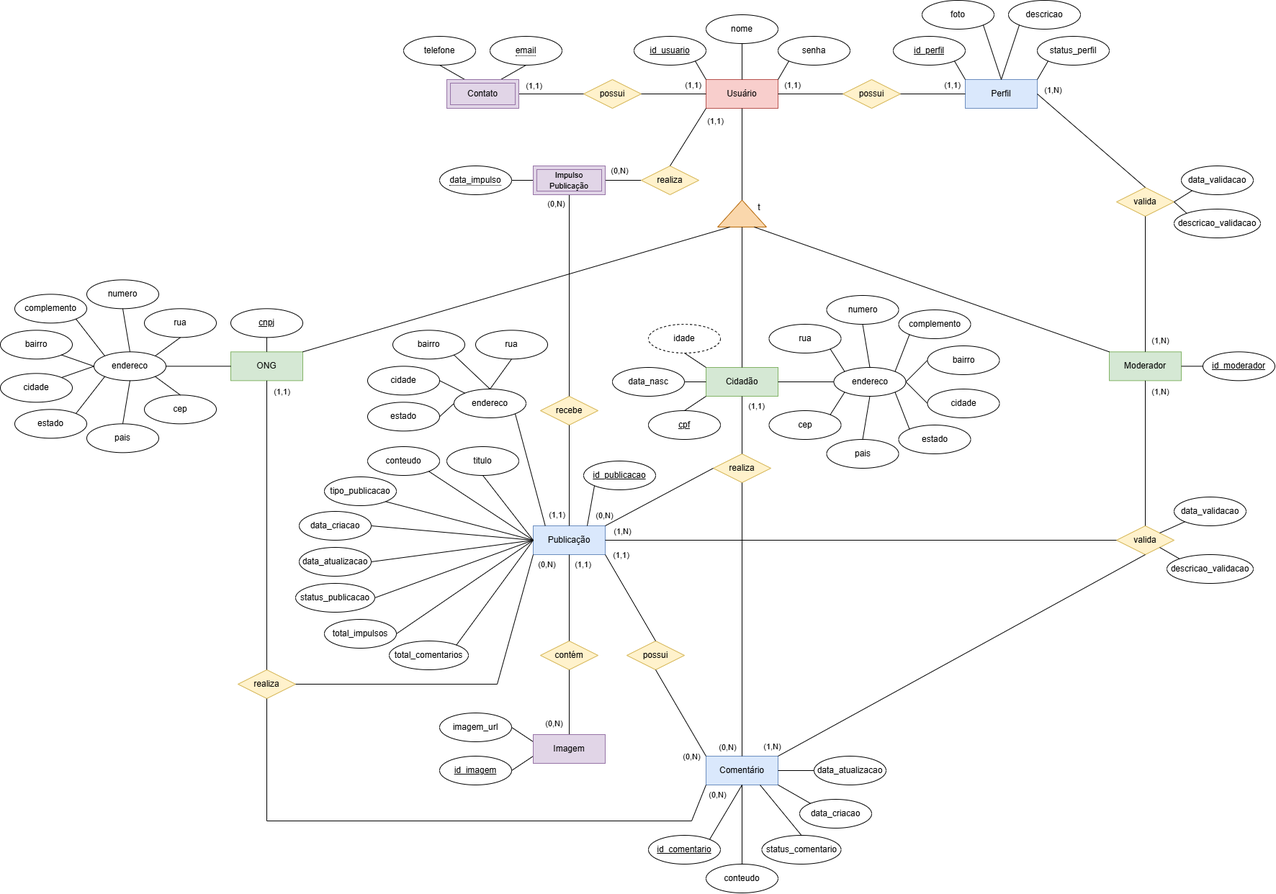
This is DOCUMENTACAO/PetMap - Modelo Conceitual.drawio.png from arthurpansera/PetMap, a draw.io export, as it was before one commit. Source tidied: cells renumbered, new cells last; positions are measured from the earlier drawing's top-left corner, leaving out a move shared by most shapes.
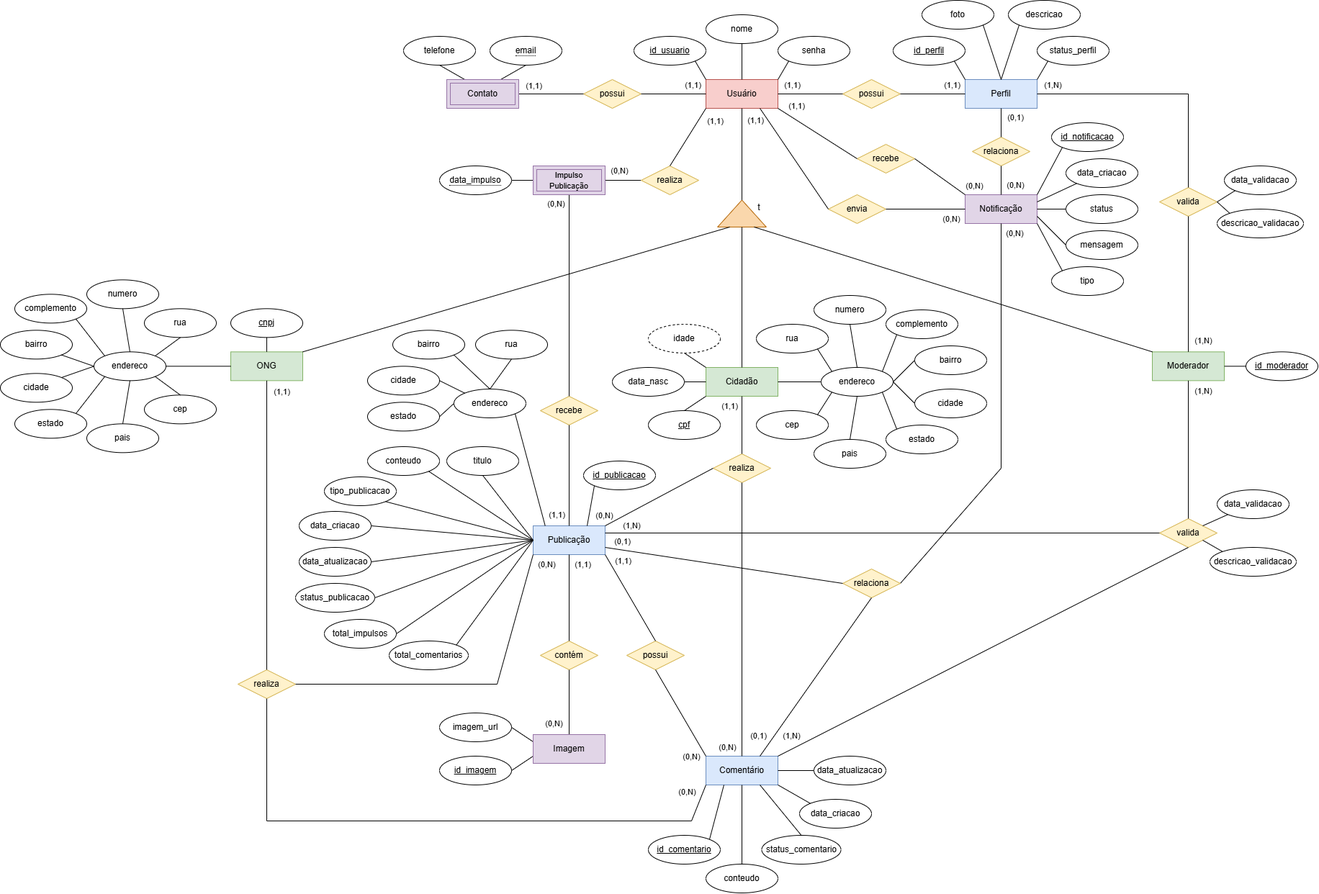
The same diagram one commit later.

Change to the diagram source:
```diff
@@ -36,7 +36,7 @@
       <mxGeometry x="320" y="488.3" width="100" height="40" as="geometry" />
     </mxCell>
     <mxCell id="13" value="Moderador" style="whiteSpace=wrap;html=1;align=center;fillColor=#d5e8d4;strokeColor=#82b366;" parent="1" vertex="1">
-      <mxGeometry x="1540" y="488.3" width="100" height="40" as="geometry" />
+      <mxGeometry x="1600" y="488.3" width="100" height="40" as="geometry" />
     </mxCell>
     <mxCell id="14" value="possui" style="shape=rhombus;perimeter=rhombusPerimeter;whiteSpace=wrap;html=1;align=center;fillColor=#fff2cc;strokeColor=#d6b656;" parent="1" vertex="1">
       <mxGeometry x="1170" y="110" width="80" height="40" as="geometry" />
@@ -110,7 +110,7 @@
       <mxGeometry x="1043.5" y="276.2" width="20" height="23.8" as="geometry" />
     </mxCell>
     <mxCell id="35" value="id_moderador" style="ellipse;whiteSpace=wrap;html=1;align=center;fontStyle=4;" parent="1" vertex="1">
-      <mxGeometry x="1670" y="488.3" width="100" height="40" as="geometry" />
+      <mxGeometry x="1730" y="488.3" width="100" height="40" as="geometry" />
     </mxCell>
     <mxCell id="36" style="endArrow=none;html=1;rounded=0;exitX=1;exitY=0.5;exitDx=0;exitDy=0;entryX=0;entryY=0.5;entryDx=0;entryDy=0;" parent="1" edge="1" source="13" target="35">
       <mxGeometry relative="1" as="geometry" />
@@ -191,7 +191,7 @@
       <mxGeometry relative="1" as="geometry" />
     </mxCell>
     <mxCell id="62" value="valida" style="shape=rhombus;perimeter=rhombusPerimeter;whiteSpace=wrap;html=1;align=center;fillColor=#fff2cc;strokeColor=#d6b656;" parent="1" vertex="1">
-      <mxGeometry x="1550" y="260" width="80" height="40" as="geometry" />
+      <mxGeometry x="1610" y="260" width="80" height="40" as="geometry" />
     </mxCell>
     <mxCell id="63" style="endArrow=none;html=1;rounded=0;exitX=0.5;exitY=0;exitDx=0;exitDy=0;entryX=0.5;entryY=1;entryDx=0;entryDy=0;" parent="1" edge="1" source="13" target="62">
       <mxGeometry relative="1" as="geometry" />
@@ -202,15 +202,19 @@
       </mxGeometry>
     </mxCell>
     <mxCell id="65" style="endArrow=none;html=1;rounded=0;exitX=0.5;exitY=0;exitDx=0;exitDy=0;entryX=1;entryY=0.5;entryDx=0;entryDy=0;" parent="1" edge="1" source="62" target="15">
-      <mxGeometry relative="1" as="geometry" />
+      <mxGeometry relative="1" as="geometry">
+        <Array as="points">
+          <mxPoint x="1650" y="130" />
+        </Array>
+      </mxGeometry>
     </mxCell>
     <mxCell id="66" value="(1,N)" style="edgeLabel;html=1;align=center;verticalAlign=middle;" parent="65" vertex="1">
       <mxGeometry x="0.62" y="3" relative="1" as="geometry">
-        <mxPoint x="-6" y="-34" as="offset" />
+        <mxPoint x="-44" y="-16" as="offset" />
       </mxGeometry>
     </mxCell>
     <mxCell id="67" value="valida" style="shape=rhombus;perimeter=rhombusPerimeter;whiteSpace=wrap;html=1;align=center;fillColor=#fff2cc;strokeColor=#d6b656;" parent="1" vertex="1">
-      <mxGeometry x="1550" y="730" width="80" height="40" as="geometry" />
+      <mxGeometry x="1610" y="720" width="80" height="40" as="geometry" />
     </mxCell>
     <mxCell id="68" value="Publicação" style="whiteSpace=wrap;html=1;align=center;fillColor=#dae8fc;strokeColor=#6c8ebf;" parent="1" vertex="1">
       <mxGeometry x="740" y="730" width="100" height="40" as="geometry" />
@@ -240,31 +244,31 @@
       <mxGeometry x="620" y="110" width="100" height="40" as="geometry" />
     </mxCell>
     <mxCell id="77" value="endereco" style="ellipse;whiteSpace=wrap;html=1;align=center;" parent="1" vertex="1">
-      <mxGeometry x="1157.5" y="510" width="100" height="40" as="geometry" />
+      <mxGeometry x="1140" y="510" width="100" height="40" as="geometry" />
     </mxCell>
     <mxCell id="78" value="pais" style="ellipse;whiteSpace=wrap;html=1;align=center;" parent="1" vertex="1">
-      <mxGeometry x="1147.5" y="610" width="100" height="40" as="geometry" />
+      <mxGeometry x="1130" y="610" width="100" height="40" as="geometry" />
     </mxCell>
     <mxCell id="79" value="cep" style="ellipse;whiteSpace=wrap;html=1;align=center;" parent="1" vertex="1">
-      <mxGeometry x="1067.5" y="570" width="100" height="40" as="geometry" />
+      <mxGeometry x="1050" y="570" width="100" height="40" as="geometry" />
     </mxCell>
     <mxCell id="80" value="estado" style="ellipse;whiteSpace=wrap;html=1;align=center;" parent="1" vertex="1">
-      <mxGeometry x="1247.5" y="590" width="100" height="40" as="geometry" />
+      <mxGeometry x="1230" y="590" width="100" height="40" as="geometry" />
     </mxCell>
     <mxCell id="81" value="bairro" style="ellipse;whiteSpace=wrap;html=1;align=center;" parent="1" vertex="1">
-      <mxGeometry x="1287.5" y="480" width="100" height="40" as="geometry" />
+      <mxGeometry x="1270" y="480" width="100" height="40" as="geometry" />
     </mxCell>
     <mxCell id="82" value="complemento" style="ellipse;whiteSpace=wrap;html=1;align=center;" parent="1" vertex="1">
-      <mxGeometry x="1247.5" y="430" width="100" height="40" as="geometry" />
+      <mxGeometry x="1230" y="430" width="100" height="40" as="geometry" />
     </mxCell>
     <mxCell id="83" value="numero" style="ellipse;whiteSpace=wrap;html=1;align=center;" parent="1" vertex="1">
-      <mxGeometry x="1147.5" y="410" width="100" height="40" as="geometry" />
+      <mxGeometry x="1130" y="410" width="100" height="40" as="geometry" />
     </mxCell>
     <mxCell id="84" value="rua" style="ellipse;whiteSpace=wrap;html=1;align=center;" parent="1" vertex="1">
-      <mxGeometry x="1067.5" y="450" width="100" height="40" as="geometry" />
+      <mxGeometry x="1050" y="450" width="100" height="40" as="geometry" />
     </mxCell>
     <mxCell id="85" value="cidade" style="ellipse;whiteSpace=wrap;html=1;align=center;" parent="1" vertex="1">
-      <mxGeometry x="1287.5" y="540" width="100" height="40" as="geometry" />
+      <mxGeometry x="1270" y="540" width="100" height="40" as="geometry" />
     </mxCell>
     <mxCell id="86" style="endArrow=none;html=1;rounded=0;exitX=1;exitY=1;exitDx=0;exitDy=0;entryX=0;entryY=0;entryDx=0;entryDy=0;" parent="1" edge="1" source="77" target="80">
       <mxGeometry relative="1" as="geometry" />
@@ -324,7 +328,7 @@
     </mxCell>
     <mxCell id="104" value="(1,1)" style="edgeLabel;html=1;align=center;verticalAlign=middle;" parent="103" vertex="1">
       <mxGeometry x="0.72" y="1" relative="1" as="geometry">
-        <mxPoint x="20" y="2" as="offset" />
+        <mxPoint x="-17" y="2" as="offset" />
       </mxGeometry>
     </mxCell>
     <mxCell id="105" style="endArrow=none;html=1;rounded=0;entryX=0;entryY=0.5;entryDx=0;entryDy=0;exitX=1;exitY=0;exitDx=0;exitDy=0;" parent="1" edge="1" source="68" target="69">
@@ -335,12 +339,12 @@
         <mxPoint x="-28" y="-2" as="offset" />
       </mxGeometry>
     </mxCell>
-    <mxCell id="107" style="endArrow=none;html=1;rounded=0;exitX=1;exitY=0.5;exitDx=0;exitDy=0;entryX=0;entryY=0.5;entryDx=0;entryDy=0;" parent="1" edge="1" source="68" target="67">
+    <mxCell id="107" style="endArrow=none;html=1;rounded=0;exitX=1;exitY=0.25;exitDx=0;exitDy=0;entryX=0;entryY=0.5;entryDx=0;entryDy=0;" parent="1" edge="1" source="68" target="67">
       <mxGeometry relative="1" as="geometry" />
     </mxCell>
     <mxCell id="108" value="(1,N)" style="edgeLabel;html=1;align=center;verticalAlign=middle;" parent="107" vertex="1">
       <mxGeometry x="-0.93" y="-1" relative="1" as="geometry">
-        <mxPoint x="-2" y="-14" as="offset" />
+        <mxPoint x="9" y="-12" as="offset" />
       </mxGeometry>
     </mxCell>
     <mxCell id="109" style="endArrow=none;html=1;rounded=0;entryX=0.5;entryY=1;entryDx=0;entryDy=0;exitX=0.5;exitY=0;exitDx=0;exitDy=0;" parent="1" edge="1" source="67" target="13">
@@ -365,10 +369,10 @@
     </mxCell>
     <mxCell id="115" value="(1,N)" style="edgeLabel;html=1;align=center;verticalAlign=middle;" parent="114" vertex="1">
       <mxGeometry x="-0.95" y="2" relative="1" as="geometry">
-        <mxPoint x="-22" y="-5" as="offset" />
+        <mxPoint x="5" y="-20" as="offset" />
       </mxGeometry>
     </mxCell>
-    <mxCell id="116" style="endArrow=none;html=1;rounded=0;exitX=1;exitY=0;exitDx=0;exitDy=0;entryX=0.5;entryY=1;entryDx=0;entryDy=0;" parent="1" edge="1" source="98" target="96">
+    <mxCell id="116" style="endArrow=none;html=1;rounded=0;exitX=1;exitY=0;exitDx=0;exitDy=0;entryX=0.25;entryY=1;entryDx=0;entryDy=0;" parent="1" edge="1" source="98" target="96">
       <mxGeometry relative="1" as="geometry" />
     </mxCell>
     <mxCell id="117" value="possui" style="shape=rhombus;perimeter=rhombusPerimeter;whiteSpace=wrap;html=1;align=center;fillColor=#fff2cc;strokeColor=#d6b656;" parent="1" vertex="1">
@@ -379,7 +383,7 @@
     </mxCell>
     <mxCell id="119" value="(1,1)" style="edgeLabel;html=1;align=center;verticalAlign=middle;" parent="118" vertex="1">
       <mxGeometry x="0.74" y="2" relative="1" as="geometry">
-        <mxPoint x="13" y="-17" as="offset" />
+        <mxPoint x="16" y="-9" as="offset" />
       </mxGeometry>
     </mxCell>
     <mxCell id="120" style="endArrow=none;html=1;rounded=0;entryX=0.5;entryY=1;entryDx=0;entryDy=0;exitX=0;exitY=0;exitDx=0;exitDy=0;" parent="1" edge="1" source="96" target="117">
@@ -400,7 +404,7 @@
     </mxCell>
     <mxCell id="123" value="(0,N)" style="edgeLabel;html=1;align=center;verticalAlign=middle;" parent="122" vertex="1">
       <mxGeometry x="-0.85" y="1" relative="1" as="geometry">
-        <mxPoint x="41" y="-38" as="offset" />
+        <mxPoint x="-1" y="-42" as="offset" />
       </mxGeometry>
     </mxCell>
     <mxCell id="124" style="endArrow=none;html=1;rounded=0;entryX=0.5;entryY=1;entryDx=0;entryDy=0;exitX=0.5;exitY=0;exitDx=0;exitDy=0;" parent="1" edge="1" source="96" target="69">
@@ -484,13 +488,13 @@
       <mxGeometry relative="1" as="geometry" />
     </mxCell>
     <mxCell id="146" value="data_validacao" style="ellipse;whiteSpace=wrap;html=1;align=center;" parent="1" vertex="1">
-      <mxGeometry x="1640" y="230" width="100" height="40" as="geometry" />
+      <mxGeometry x="1700" y="230" width="100" height="40" as="geometry" />
     </mxCell>
     <mxCell id="147" style="endArrow=none;html=1;rounded=0;exitX=1;exitY=0.5;exitDx=0;exitDy=0;entryX=0;entryY=1;entryDx=0;entryDy=0;" parent="1" edge="1" source="62" target="146">
       <mxGeometry relative="1" as="geometry" />
     </mxCell>
     <mxCell id="148" value="data_validacao" style="ellipse;whiteSpace=wrap;html=1;align=center;" parent="1" vertex="1">
-      <mxGeometry x="1630" y="690" width="100" height="40" as="geometry" />
+      <mxGeometry x="1690" y="680" width="100" height="40" as="geometry" />
     </mxCell>
     <mxCell id="149" style="endArrow=none;html=1;rounded=0;exitX=1;exitY=0;exitDx=0;exitDy=0;entryX=0;entryY=1;entryDx=0;entryDy=0;" parent="1" edge="1" source="67" target="148">
       <mxGeometry relative="1" as="geometry" />
@@ -511,13 +515,13 @@
       <mxGeometry x="415" y="760" width="100" height="40" as="geometry" />
     </mxCell>
     <mxCell id="155" value="descricao_validacao" style="ellipse;whiteSpace=wrap;html=1;align=center;" parent="1" vertex="1">
-      <mxGeometry x="1630" y="290" width="120" height="40" as="geometry" />
+      <mxGeometry x="1690" y="290" width="120" height="40" as="geometry" />
     </mxCell>
     <mxCell id="156" style="endArrow=none;html=1;rounded=0;exitX=1;exitY=0.5;exitDx=0;exitDy=0;entryX=0;entryY=0;entryDx=0;entryDy=0;" parent="1" edge="1" source="62" target="155">
       <mxGeometry relative="1" as="geometry" />
     </mxCell>
     <mxCell id="157" value="descricao_validacao" style="ellipse;whiteSpace=wrap;html=1;align=center;" parent="1" vertex="1">
-      <mxGeometry x="1620" y="770" width="120" height="40" as="geometry" />
+      <mxGeometry x="1680" y="760" width="120" height="40" as="geometry" />
     </mxCell>
     <mxCell id="158" style="endArrow=none;html=1;rounded=0;exitX=0;exitY=0;exitDx=0;exitDy=0;entryX=1;entryY=1;entryDx=0;entryDy=0;" parent="1" edge="1" source="157" target="67">
       <mxGeometry relative="1" as="geometry" />
@@ -623,5 +627,126 @@
     <mxCell id="189" style="endArrow=none;html=1;rounded=0;exitX=0.5;exitY=0;exitDx=0;exitDy=0;entryX=0.5;entryY=1;entryDx=0;entryDy=0;" parent="1" edge="1" source="128" target="130">
       <mxGeometry relative="1" as="geometry" />
     </mxCell>
+    <mxCell id="190" value="Notificação" style="whiteSpace=wrap;html=1;align=center;fillColor=#e1d5e7;strokeColor=#9673a6;" parent="1" vertex="1">
+      <mxGeometry x="1340" y="270" width="100" height="40" as="geometry" />
+    </mxCell>
+    <mxCell id="191" value="recebe" style="shape=rhombus;perimeter=rhombusPerimeter;whiteSpace=wrap;html=1;align=center;fillColor=#fff2cc;strokeColor=#d6b656;" parent="1" vertex="1">
+      <mxGeometry x="1190" y="200" width="80" height="40" as="geometry" />
+    </mxCell>
+    <mxCell id="192" value="envia" style="shape=rhombus;perimeter=rhombusPerimeter;whiteSpace=wrap;html=1;align=center;fillColor=#fff2cc;strokeColor=#d6b656;" parent="1" vertex="1">
+      <mxGeometry x="1150" y="270" width="80" height="40" as="geometry" />
+    </mxCell>
+    <mxCell id="193" style="endArrow=none;html=1;rounded=0;entryX=0.75;entryY=1;entryDx=0;entryDy=0;exitX=0;exitY=0.5;exitDx=0;exitDy=0;" parent="1" edge="1" source="192" target="2">
+      <mxGeometry relative="1" as="geometry" />
+    </mxCell>
+    <mxCell id="194" value="(1,1)" style="edgeLabel;html=1;align=center;verticalAlign=middle;" parent="193" vertex="1">
+      <mxGeometry x="0.77" relative="1" as="geometry">
+        <mxPoint x="-19" y="-1" as="offset" />
+      </mxGeometry>
+    </mxCell>
+    <mxCell id="195" style="endArrow=none;html=1;rounded=0;entryX=1;entryY=1;entryDx=0;entryDy=0;exitX=0;exitY=0.5;exitDx=0;exitDy=0;" parent="1" edge="1" source="191" target="2">
+      <mxGeometry relative="1" as="geometry" />
+    </mxCell>
+    <mxCell id="196" value="(1,1)" style="edgeLabel;html=1;align=center;verticalAlign=middle;" parent="195" vertex="1">
+      <mxGeometry x="0.68" y="-1" relative="1" as="geometry">
+        <mxPoint x="6" y="-15" as="offset" />
+      </mxGeometry>
+    </mxCell>
+    <mxCell id="197" style="endArrow=none;html=1;rounded=0;entryX=1;entryY=0.5;entryDx=0;entryDy=0;exitX=0;exitY=0.5;exitDx=0;exitDy=0;" parent="1" edge="1" source="190" target="192">
+      <mxGeometry relative="1" as="geometry" />
+    </mxCell>
+    <mxCell id="198" value="(0,N)" style="edgeLabel;html=1;align=center;verticalAlign=middle;" parent="197" vertex="1">
+      <mxGeometry x="-0.64" y="-2" relative="1" as="geometry">
+        <mxPoint y="15" as="offset" />
+      </mxGeometry>
+    </mxCell>
+    <mxCell id="199" style="endArrow=none;html=1;rounded=0;entryX=1;entryY=0.5;entryDx=0;entryDy=0;exitX=0;exitY=0;exitDx=0;exitDy=0;" parent="1" edge="1" source="190" target="191">
+      <mxGeometry relative="1" as="geometry" />
+    </mxCell>
+    <mxCell id="200" value="(0,N)" style="edgeLabel;html=1;align=center;verticalAlign=middle;" parent="199" vertex="1">
+      <mxGeometry x="-0.51" relative="1" as="geometry">
+        <mxPoint x="28" y="-1" as="offset" />
+      </mxGeometry>
+    </mxCell>
+    <mxCell id="201" value="relaciona" style="shape=rhombus;perimeter=rhombusPerimeter;whiteSpace=wrap;html=1;align=center;fillColor=#fff2cc;strokeColor=#d6b656;" parent="1" vertex="1">
+      <mxGeometry x="1350" y="190" width="80" height="40" as="geometry" />
+    </mxCell>
+    <mxCell id="202" style="endArrow=none;html=1;rounded=0;entryX=0.5;entryY=1;entryDx=0;entryDy=0;exitX=0.5;exitY=0;exitDx=0;exitDy=0;" parent="1" edge="1" source="190" target="201">
+      <mxGeometry relative="1" as="geometry" />
+    </mxCell>
+    <mxCell id="203" value="(0,N)" style="edgeLabel;html=1;align=center;verticalAlign=middle;" parent="202" vertex="1">
+      <mxGeometry x="-0.57" y="-1" relative="1" as="geometry">
+        <mxPoint x="18" y="-5" as="offset" />
+      </mxGeometry>
+    </mxCell>
+    <mxCell id="204" style="endArrow=none;html=1;rounded=0;entryX=0.5;entryY=1;entryDx=0;entryDy=0;exitX=0.5;exitY=0;exitDx=0;exitDy=0;" parent="1" edge="1" source="201" target="15">
+      <mxGeometry relative="1" as="geometry" />
+    </mxCell>
+    <mxCell id="205" value="(0,1)" style="edgeLabel;html=1;align=center;verticalAlign=middle;" parent="204" vertex="1">
+      <mxGeometry x="0.53" y="-1" relative="1" as="geometry">
+        <mxPoint x="18" y="3" as="offset" />
+      </mxGeometry>
+    </mxCell>
+    <mxCell id="206" style="endArrow=none;html=1;rounded=0;entryX=0.5;entryY=1;entryDx=0;entryDy=0;exitX=1;exitY=0.5;exitDx=0;exitDy=0;" parent="1" edge="1" source="208" target="190">
+      <mxGeometry relative="1" as="geometry">
+        <Array as="points">
+          <mxPoint x="1390" y="650" />
+        </Array>
+      </mxGeometry>
+    </mxCell>
+    <mxCell id="207" value="(0,N)" style="edgeLabel;html=1;align=center;verticalAlign=middle;" parent="206" vertex="1">
+      <mxGeometry x="0.96" relative="1" as="geometry">
+        <mxPoint x="18" y="3" as="offset" />
+      </mxGeometry>
+    </mxCell>
+    <mxCell id="208" value="relaciona" style="shape=rhombus;perimeter=rhombusPerimeter;whiteSpace=wrap;html=1;align=center;fillColor=#fff2cc;strokeColor=#d6b656;" parent="1" vertex="1">
+      <mxGeometry x="1170" y="790" width="80" height="40" as="geometry" />
+    </mxCell>
+    <mxCell id="209" style="endArrow=none;html=1;rounded=0;entryX=0;entryY=0.5;entryDx=0;entryDy=0;exitX=1;exitY=0.75;exitDx=0;exitDy=0;" parent="1" edge="1" source="68" target="208">
+      <mxGeometry relative="1" as="geometry" />
+    </mxCell>
+    <mxCell id="210" value="(0,1)" style="edgeLabel;html=1;align=center;verticalAlign=middle;" parent="209" vertex="1">
+      <mxGeometry x="-0.92" relative="1" as="geometry">
+        <mxPoint x="10" y="-11" as="offset" />
+      </mxGeometry>
+    </mxCell>
+    <mxCell id="211" style="endArrow=none;html=1;rounded=0;exitX=0.75;exitY=0;exitDx=0;exitDy=0;entryX=0.5;entryY=1;entryDx=0;entryDy=0;" parent="1" edge="1" source="96" target="208">
+      <mxGeometry relative="1" as="geometry" />
+    </mxCell>
+    <mxCell id="212" value="(0,1)" style="edgeLabel;html=1;align=center;verticalAlign=middle;" parent="211" vertex="1">
+      <mxGeometry x="-0.92" y="1" relative="1" as="geometry">
+        <mxPoint x="-9" y="-19" as="offset" />
+      </mxGeometry>
+    </mxCell>
+    <mxCell id="213" value="id_notificacao" style="ellipse;whiteSpace=wrap;html=1;align=center;fontStyle=4;" parent="1" vertex="1">
+      <mxGeometry x="1460" y="170" width="100" height="40" as="geometry" />
+    </mxCell>
+    <mxCell id="214" value="tipo" style="ellipse;whiteSpace=wrap;html=1;align=center;" parent="1" vertex="1">
+      <mxGeometry x="1460" y="370" width="100" height="40" as="geometry" />
+    </mxCell>
+    <mxCell id="215" value="mensagem" style="ellipse;whiteSpace=wrap;html=1;align=center;" parent="1" vertex="1">
+      <mxGeometry x="1480" y="320" width="100" height="40" as="geometry" />
+    </mxCell>
+    <mxCell id="216" value="status" style="ellipse;whiteSpace=wrap;html=1;align=center;" parent="1" vertex="1">
+      <mxGeometry x="1480" y="270" width="100" height="40" as="geometry" />
+    </mxCell>
+    <mxCell id="217" value="data_criacao" style="ellipse;whiteSpace=wrap;html=1;align=center;" parent="1" vertex="1">
+      <mxGeometry x="1480" y="220" width="100" height="40" as="geometry" />
+    </mxCell>
+    <mxCell id="218" style="endArrow=none;html=1;rounded=0;entryX=1;entryY=0.25;entryDx=0;entryDy=0;exitX=0;exitY=1;exitDx=0;exitDy=0;" parent="1" edge="1" source="217" target="190">
+      <mxGeometry relative="1" as="geometry" />
+    </mxCell>
+    <mxCell id="219" style="endArrow=none;html=1;rounded=0;entryX=1;entryY=1;entryDx=0;entryDy=0;exitX=0;exitY=0;exitDx=0;exitDy=0;" parent="1" edge="1" source="214" target="190">
+      <mxGeometry relative="1" as="geometry" />
+    </mxCell>
+    <mxCell id="220" style="endArrow=none;html=1;rounded=0;entryX=0;entryY=1;entryDx=0;entryDy=0;exitX=1;exitY=0;exitDx=0;exitDy=0;" parent="1" edge="1" source="190" target="213">
+      <mxGeometry relative="1" as="geometry" />
+    </mxCell>
+    <mxCell id="221" style="endArrow=none;html=1;rounded=0;entryX=0;entryY=0.5;entryDx=0;entryDy=0;exitX=1;exitY=0.75;exitDx=0;exitDy=0;" parent="1" edge="1" source="190" target="215">
+      <mxGeometry relative="1" as="geometry" />
+    </mxCell>
+    <mxCell id="222" style="endArrow=none;html=1;rounded=0;entryX=1;entryY=0.5;entryDx=0;entryDy=0;exitX=0;exitY=0.5;exitDx=0;exitDy=0;" parent="1" edge="1" source="216" target="190">
+      <mxGeometry relative="1" as="geometry" />
+    </mxCell>
   </root>
 </mxGraphModel>
```
